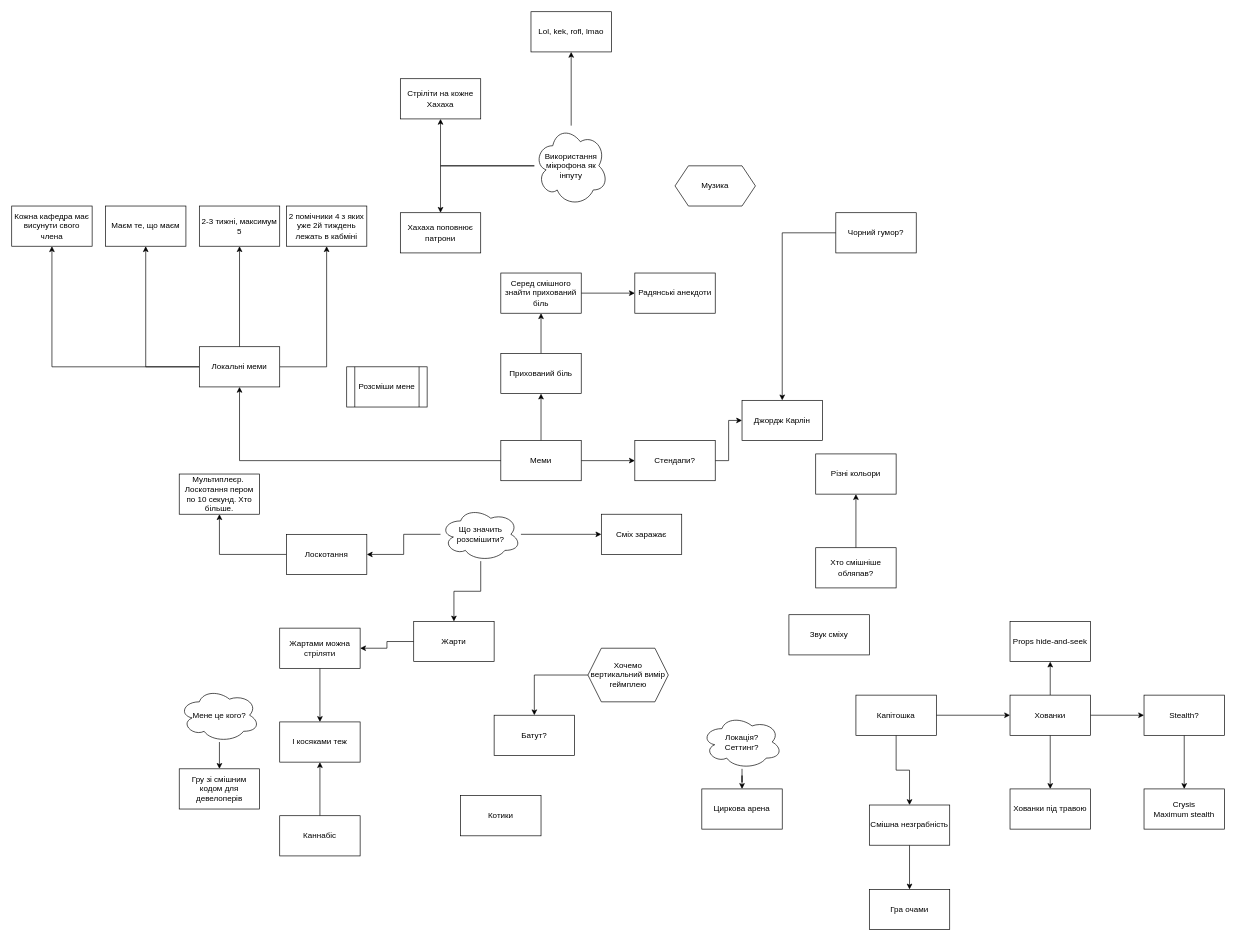
Before: Ideas.drawio in ALaborate/Jam24, a draw.io diagram. Source tidied: cells renumbered, new cells numbered last; positions are measured from the earlier drawing's top-left corner, leaving out a move shared by most shapes. Both pictures are drawn from the tidied source at 67%, with x=0, y=0 at pixel (11, 11).
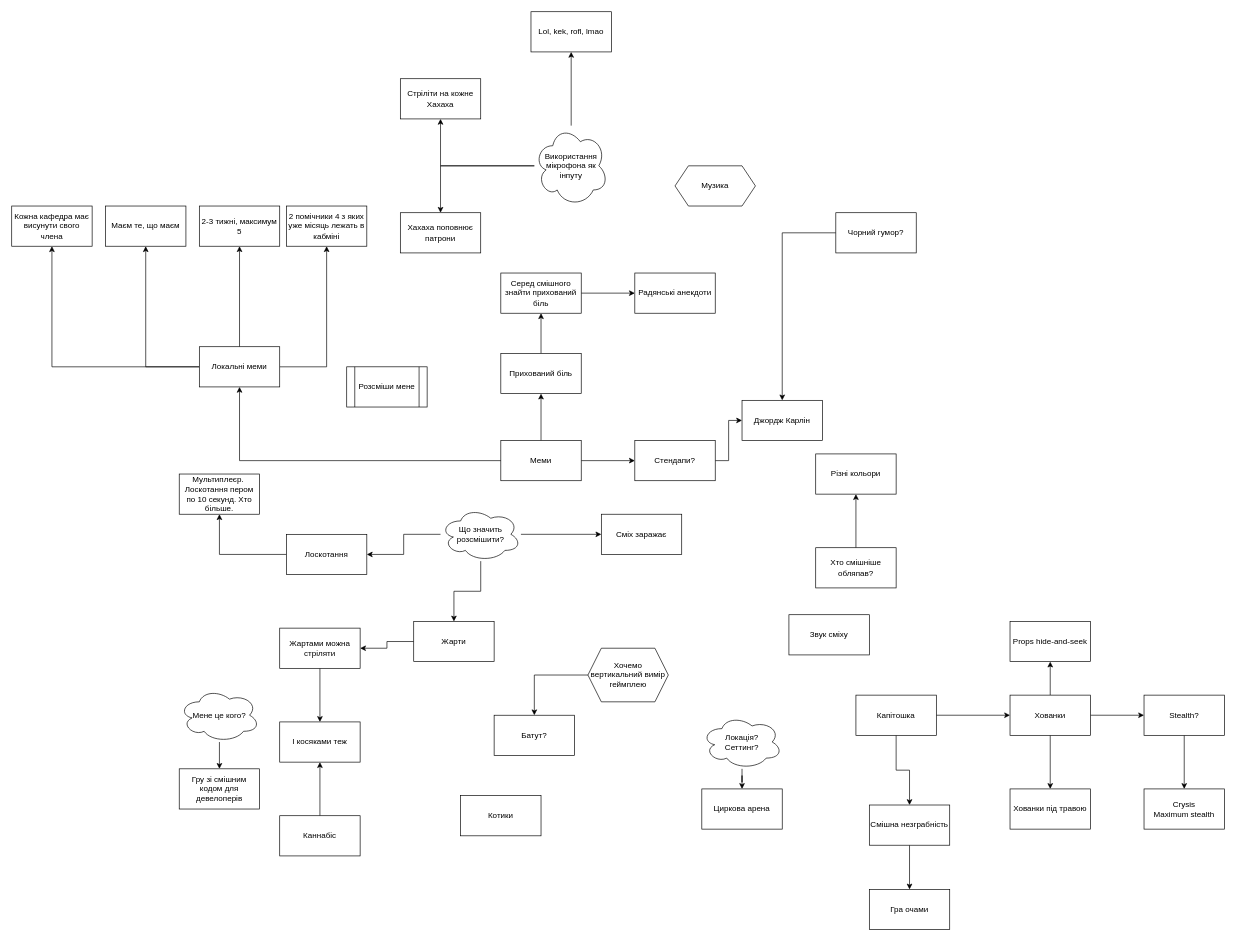
After the change.

Commit message (it also covers changes not shown here):
Add drawio temp to ignore

What changed in the source:
```diff
@@
-    <mxCell id="53" value="2 помічники 4 з яких уже 2й тиждень лежать в кабміні" style="whiteSpace=wrap;html=1;" parent="1" vertex="1">
+    <mxCell id="53" value="2 помічники 4 з яких уже місяць лежать в кабміні" style="whiteSpace=wrap;html=1;" parent="1" vertex="1">
       <mxGeometry x="410" y="290" width="120" height="60" as="geometry" />
     </mxCell>
```
